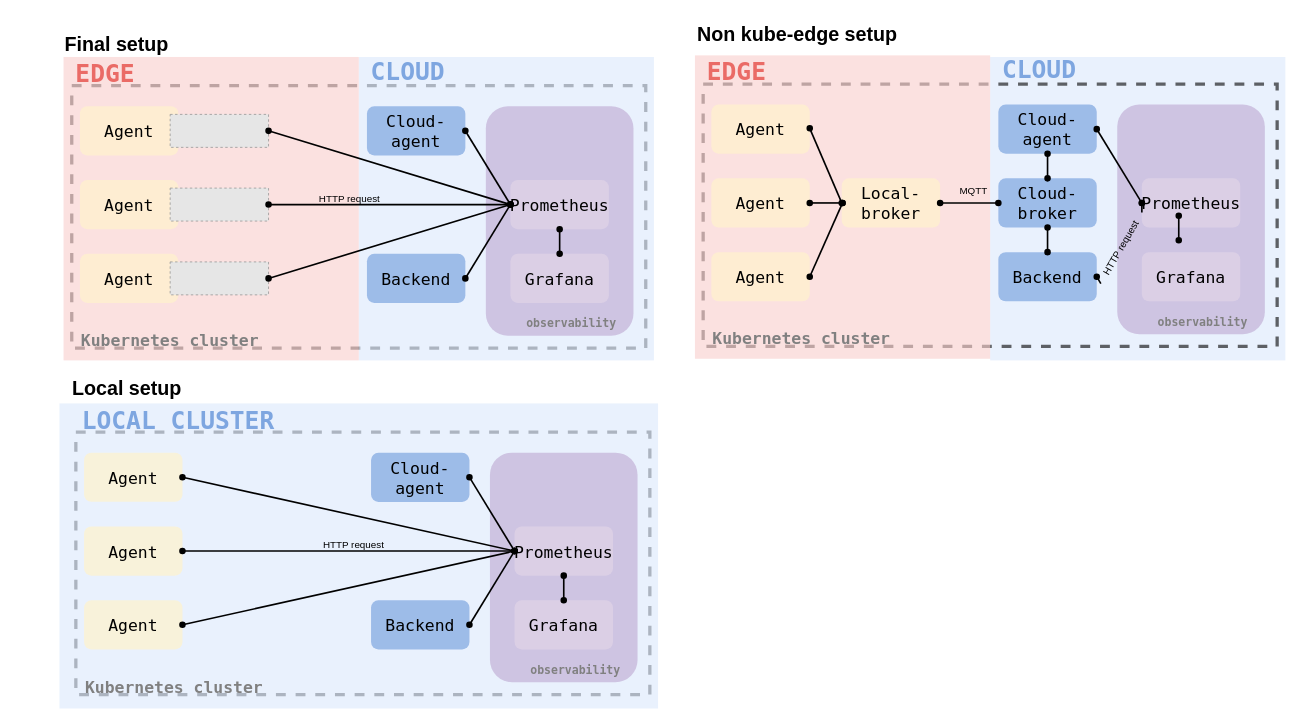
The draw.io diagram docs/diagrams/observability.drawio in mactat/map-pacer, before the edit. Source tidied: cells renumbered, new cells numbered last; positions are measured from the earlier drawing's top-left corner, leaving out a move shared by most shapes. Both pictures are drawn from the tidied source at 82%, with x=0, y=0 at pixel (14, 14). Pictures stored in the file or linked from it are replaced by grey dashed boxes.
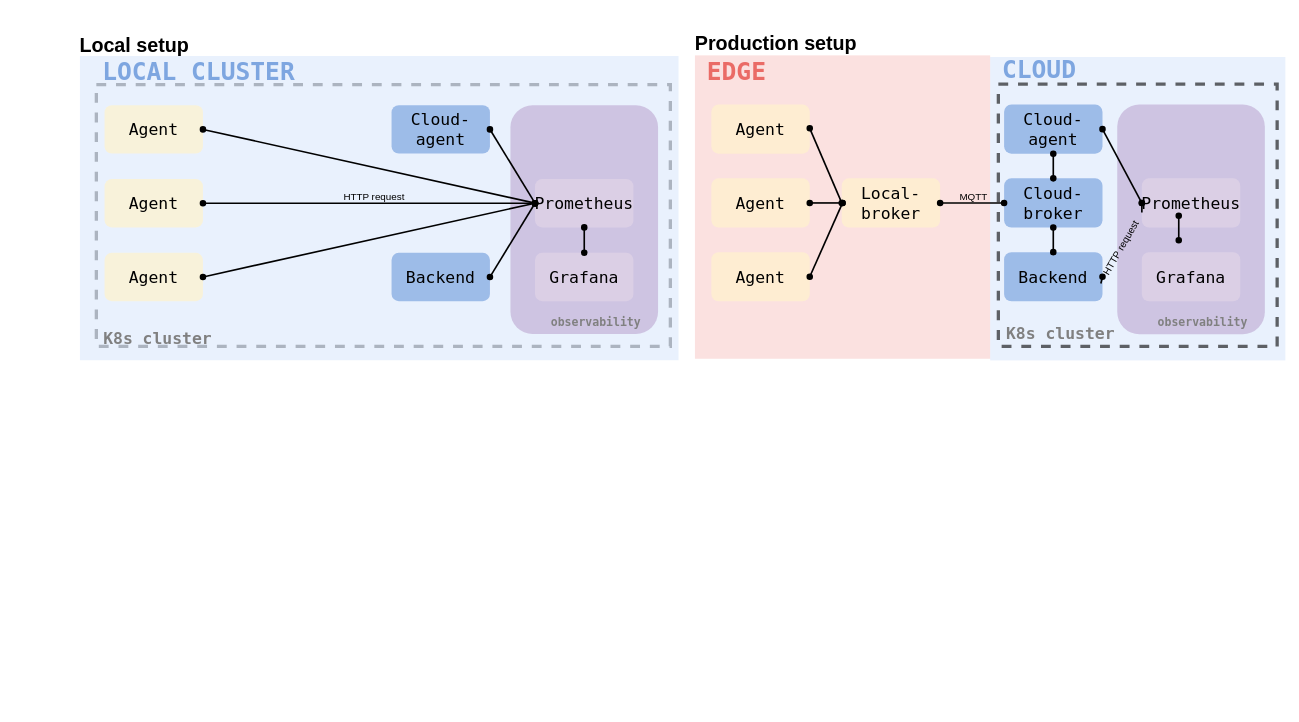
The same page after the edit.

Unchanged cells that the change refers to:
```xml
<mxCell id="48" value="&lt;font face=&quot;Lucida Console&quot;&gt;&lt;span style=&quot;font-size: 20px;&quot;&gt;Local-broker&lt;/span&gt;&lt;/font&gt;" style="rounded=1;whiteSpace=wrap;html=1;fillColor=#fff2cc;strokeColor=none;opacity=70;" parent="1" vertex="1">
  <mxGeometry x="1009" y="200" width="120" height="60" as="geometry" />
</mxCell>
```

The edit, as a diff of the source:
```diff
@@
-    <mxCell id="3" style="rounded=0;whiteSpace=wrap;html=1;fontFamily=Lucida Console;fontSize=30;fontColor=#7EA6E0;opacity=60;fillColor=none;strokeWidth=4;dashed=1;" parent="1" vertex="1">
-      <mxGeometry x="70" y="87" width="700" height="320" as="geometry" />
-    </mxCell>
-    <mxCell id="4" style="rounded=0;whiteSpace=wrap;html=1;fontFamily=Lucida Console;fontSize=20;fillColor=#dae8fc;strokeColor=none;opacity=60;" parent="1" vertex="1">
-      <mxGeometry x="420" y="52" width="360" height="370" as="geometry" />
-    </mxCell>
-    <mxCell id="5" style="rounded=1;whiteSpace=wrap;html=1;fontSize=14;fillColor=#A680B8;strokeColor=none;opacity=40;" parent="1" vertex="1">
-      <mxGeometry x="575" y="112" width="180" height="280" as="geometry" />
-    </mxCell>
-    <mxCell id="6" style="rounded=0;whiteSpace=wrap;html=1;fontFamily=Lucida Console;fontSize=20;fillColor=#f8cecc;strokeColor=none;opacity=60;" parent="1" vertex="1">
-      <mxGeometry x="60" y="52" width="360" height="370" as="geometry" />
-    </mxCell>
-    <mxCell id="7" value="&lt;font style=&quot;font-size: 24px;&quot;&gt;&lt;b&gt;Final setup&lt;/b&gt;&lt;/font&gt;" style="text;html=1;strokeColor=none;fillColor=none;align=center;verticalAlign=middle;whiteSpace=wrap;rounded=0;" parent="1" vertex="1">
-      <mxGeometry y="22" width="250" height="30" as="geometry" />
-    </mxCell>
-    <mxCell id="8" value="&lt;font style=&quot;font-size: 24px;&quot;&gt;&lt;b&gt;Non kube-edge setup&lt;/b&gt;&lt;/font&gt;" style="text;html=1;strokeColor=none;fillColor=none;align=center;verticalAlign=middle;whiteSpace=wrap;rounded=0;" parent="1" vertex="1">
-      <mxGeometry x="830" width="250" height="50" as="geometry" />
+    <mxCell id="8" value="&lt;font style=&quot;font-size: 24px;&quot;&gt;&lt;b&gt;Production setup&lt;/b&gt;&lt;/font&gt;" style="text;html=1;strokeColor=none;fillColor=none;align=center;verticalAlign=middle;whiteSpace=wrap;rounded=0;" parent="1" vertex="1">
+      <mxGeometry x="804" y="11" width="250" height="50" as="geometry" />
     </mxCell>
     <mxCell id="9" value="&lt;font style=&quot;font-size: 24px;&quot;&gt;&lt;b&gt;Local setup&lt;/b&gt;&lt;/font&gt;" style="text;html=1;strokeColor=none;fillColor=none;align=center;verticalAlign=middle;whiteSpace=wrap;rounded=0;" parent="1" vertex="1">
-      <mxGeometry x="55" y="432" width="165" height="50" as="geometry" />
+      <mxGeometry x="64" y="13.2" width="165" height="49" as="geometry" />
     </mxCell>
-    <mxCell id="10" value="&lt;span style=&quot;font-size: 20px;&quot;&gt;&lt;font face=&quot;Lucida Console&quot;&gt;Agent&lt;/font&gt;&lt;/span&gt;" style="rounded=1;whiteSpace=wrap;html=1;fillColor=#fff2cc;strokeColor=none;opacity=70;" parent="1" vertex="1">
-      <mxGeometry x="80" y="112" width="120" height="60" as="geometry" />
-    </mxCell>
-    <mxCell id="11" value="&lt;span style=&quot;font-size: 20px;&quot;&gt;&lt;font face=&quot;Lucida Console&quot;&gt;Agent&lt;/font&gt;&lt;/span&gt;" style="rounded=1;whiteSpace=wrap;html=1;fillColor=#fff2cc;strokeColor=none;opacity=70;" parent="1" vertex="1">
-      <mxGeometry x="80" y="202" width="120" height="60" as="geometry" />
-    </mxCell>
-    <mxCell id="12" value="&lt;span style=&quot;font-size: 20px;&quot;&gt;&lt;font face=&quot;Lucida Console&quot;&gt;Agent&lt;/font&gt;&lt;/span&gt;" style="rounded=1;whiteSpace=wrap;html=1;fillColor=#fff2cc;strokeColor=none;opacity=70;" parent="1" vertex="1">
-      <mxGeometry x="80" y="292" width="120" height="60" as="geometry" />
-    </mxCell>
-    <mxCell id="13" value="&lt;font face=&quot;Lucida Console&quot;&gt;&lt;span style=&quot;font-size: 20px;&quot;&gt;Backend&lt;/span&gt;&lt;/font&gt;" style="rounded=1;whiteSpace=wrap;html=1;fillColor=#7EA6E0;strokeColor=none;opacity=70;" parent="1" vertex="1">
-      <mxGeometry x="430" y="292" width="120" height="60" as="geometry" />
-    </mxCell>
-    <mxCell id="14" value="&lt;font color=&quot;#ea6b66&quot; style=&quot;font-size: 30px;&quot;&gt;&lt;b&gt;EDGE&lt;/b&gt;&lt;/font&gt;" style="text;html=1;strokeColor=none;fillColor=none;align=center;verticalAlign=middle;whiteSpace=wrap;rounded=0;fontFamily=Lucida Console;fontSize=20;opacity=60;" parent="1" vertex="1">
-      <mxGeometry x="81" y="57" width="60" height="30" as="geometry" />
-    </mxCell>
-    <mxCell id="15" value="&lt;font color=&quot;#7ea6e0&quot; style=&quot;font-size: 30px;&quot;&gt;&lt;b style=&quot;&quot;&gt;CLOUD&lt;/b&gt;&lt;/font&gt;" style="text;html=1;strokeColor=none;fillColor=none;align=center;verticalAlign=middle;whiteSpace=wrap;rounded=0;fontFamily=Lucida Console;fontSize=20;opacity=60;" parent="1" vertex="1">
-      <mxGeometry x="450" y="54" width="60" height="30" as="geometry" />
-    </mxCell>
-    <mxCell id="16" value="&lt;font color=&quot;#808080&quot; size=&quot;1&quot;&gt;&lt;b style=&quot;font-size: 20px;&quot;&gt;Kubernetes cluster&lt;/b&gt;&lt;/font&gt;" style="text;html=1;strokeColor=none;fillColor=none;align=center;verticalAlign=middle;whiteSpace=wrap;rounded=0;fontFamily=Lucida Console;fontSize=20;opacity=60;" parent="1" vertex="1">
-      <mxGeometry x="60" y="382" width="260" height="30" as="geometry" />
-    </mxCell>
-    <mxCell id="17" value="&lt;font color=&quot;#808080&quot; style=&quot;font-size: 14px;&quot;&gt;&lt;b style=&quot;font-size: 14px;&quot;&gt;observability&lt;/b&gt;&lt;/font&gt;" style="text;html=1;strokeColor=none;fillColor=none;align=center;verticalAlign=middle;whiteSpace=wrap;rounded=0;fontFamily=Lucida Console;fontSize=14;opacity=60;" parent="1" vertex="1">
-      <mxGeometry x="616" y="362" width="127" height="30" as="geometry" />
-    </mxCell>
-    <mxCell id="18" value="&lt;font face=&quot;Lucida Console&quot;&gt;&lt;span style=&quot;font-size: 20px;&quot;&gt;Prometheus&lt;/span&gt;&lt;/font&gt;" style="rounded=1;whiteSpace=wrap;html=1;fillColor=#e1d5e7;strokeColor=none;opacity=70;" parent="1" vertex="1">
-      <mxGeometry x="605" y="202" width="120" height="60" as="geometry" />
-    </mxCell>
-    <mxCell id="19" value="&lt;font face=&quot;Lucida Console&quot;&gt;&lt;span style=&quot;font-size: 20px;&quot;&gt;Grafana&lt;/span&gt;&lt;/font&gt;" style="rounded=1;whiteSpace=wrap;html=1;fillColor=#e1d5e7;strokeColor=none;opacity=70;" parent="1" vertex="1">
-      <mxGeometry x="605" y="292" width="120" height="60" as="geometry" />
-    </mxCell>
-    <mxCell id="20" style="endArrow=oval;html=1;rounded=0;fontFamily=Lucida Console;fontSize=20;entryX=0.5;entryY=0;entryDx=0;entryDy=0;startArrow=oval;startFill=1;strokeWidth=2;endFill=1;" parent="1" edge="1" source="18" target="19">
-      <mxGeometry relative="1" as="geometry" />
-    </mxCell>
-    <mxCell id="21" value="&lt;span style=&quot;font-size: 20px;&quot;&gt;&lt;font face=&quot;Lucida Console&quot;&gt;Cloud-agent&lt;/font&gt;&lt;/span&gt;" style="rounded=1;whiteSpace=wrap;html=1;fillColor=#7EA6E0;strokeColor=none;opacity=70;" parent="1" vertex="1">
-      <mxGeometry x="430" y="112.1" width="120" height="60" as="geometry" />
-    </mxCell>
-    <mxCell id="22" style="fillColor=#E6E6E6;strokeColor=#999999;dashed=1;verticalLabelPosition=bottom;labelBackgroundColor=default;verticalAlign=top;" parent="1" vertex="1">
-      <mxGeometry x="190" y="122" width="120" height="40.2" as="geometry" />
-    </mxCell>
-    <mxCell id="23" style="fillColor=#E6E6E6;strokeColor=#999999;dashed=1;verticalLabelPosition=bottom;labelBackgroundColor=default;verticalAlign=top;" parent="1" vertex="1">
-      <mxGeometry x="190" y="211.9" width="120" height="40.2" as="geometry" />
-    </mxCell>
-    <mxCell id="24" style="fillColor=#E6E6E6;strokeColor=#999999;dashed=1;verticalLabelPosition=bottom;labelBackgroundColor=default;verticalAlign=top;" parent="1" vertex="1">
-      <mxGeometry x="190" y="301.9" width="120" height="40.2" as="geometry" />
-    </mxCell>
-    <mxCell id="25" style="endArrow=oval;html=1;rounded=0;fontFamily=Lucida Console;fontSize=20;entryX=1;entryY=0.5;entryDx=0;entryDy=0;startArrow=oval;startFill=1;strokeWidth=2;endFill=1;exitX=0;exitY=0.5;exitDx=0;exitDy=0;" parent="1" edge="1" source="18" target="13">
-      <mxGeometry relative="1" as="geometry" />
-    </mxCell>
-    <mxCell id="26" style="endArrow=oval;html=1;rounded=0;fontFamily=Lucida Console;fontSize=20;entryX=1;entryY=0.5;entryDx=0;entryDy=0;startArrow=oval;startFill=1;strokeWidth=2;endFill=1;exitX=0;exitY=0.5;exitDx=0;exitDy=0;" parent="1" edge="1" source="18" target="21">
-      <mxGeometry relative="1" as="geometry" />
-    </mxCell>
-    <mxCell id="27" style="endArrow=oval;html=1;rounded=0;fontFamily=Lucida Console;fontSize=20;entryX=1;entryY=0.5;entryDx=0;entryDy=0;startArrow=oval;startFill=1;strokeWidth=2;endFill=1;exitX=0;exitY=0.5;exitDx=0;exitDy=0;" parent="1" edge="1" source="18" target="22">
-      <mxGeometry relative="1" as="geometry" />
-    </mxCell>
-    <mxCell id="28" style="endArrow=oval;html=1;rounded=0;fontFamily=Lucida Console;fontSize=20;entryX=1;entryY=0.5;entryDx=0;entryDy=0;startArrow=oval;startFill=1;strokeWidth=2;endFill=1;exitX=0;exitY=0.5;exitDx=0;exitDy=0;" parent="1" edge="1" source="18" target="23">
-      <mxGeometry relative="1" as="geometry" />
-    </mxCell>
-    <mxCell id="29" style="endArrow=oval;html=1;rounded=0;fontFamily=Lucida Console;fontSize=20;entryX=1;entryY=0.5;entryDx=0;entryDy=0;startArrow=oval;startFill=1;strokeWidth=2;endFill=1;exitX=0;exitY=0.5;exitDx=0;exitDy=0;" parent="1" edge="1" source="18" target="24">
-      <mxGeometry relative="1" as="geometry" />
-    </mxCell>
-    <mxCell id="30" value="HTTP request" style="text;html=1;strokeColor=none;fillColor=none;align=center;verticalAlign=middle;whiteSpace=wrap;rounded=0;fontSize=12;opacity=40;" parent="1" vertex="1">
-      <mxGeometry x="359" y="209.9" width="100" height="30" as="geometry" />
-    </mxCell>
     <mxCell id="31" style="rounded=0;whiteSpace=wrap;html=1;fontFamily=Lucida Console;fontSize=30;fontColor=#7EA6E0;opacity=60;fillColor=none;strokeWidth=4;dashed=1;" parent="1" vertex="1">
-      <mxGeometry x="840" y="85" width="700" height="320" as="geometry" />
+      <mxGeometry x="1200" y="85" width="340" height="320" as="geometry" />
     </mxCell>
@@
     <mxCell id="37" value="&lt;font face=&quot;Lucida Console&quot;&gt;&lt;span style=&quot;font-size: 20px;&quot;&gt;Backend&lt;/span&gt;&lt;/font&gt;" style="rounded=1;whiteSpace=wrap;html=1;fillColor=#7EA6E0;strokeColor=none;opacity=70;" parent="1" vertex="1">
-      <mxGeometry x="1200" y="290" width="120" height="60" as="geometry" />
+      <mxGeometry x="1207" y="290" width="120" height="60" as="geometry" />
     </mxCell>
@@
-    <mxCell id="40" value="&lt;font color=&quot;#808080&quot; size=&quot;1&quot;&gt;&lt;b style=&quot;font-size: 20px;&quot;&gt;Kubernetes cluster&lt;/b&gt;&lt;/font&gt;" style="text;html=1;strokeColor=none;fillColor=none;align=center;verticalAlign=middle;whiteSpace=wrap;rounded=0;fontFamily=Lucida Console;fontSize=20;opacity=60;" parent="1" vertex="1">
-      <mxGeometry x="830" y="380" width="260" height="30" as="geometry" />
+    <mxCell id="40" value="&lt;font color=&quot;#808080&quot; size=&quot;1&quot;&gt;&lt;b style=&quot;font-size: 20px;&quot;&gt;K8s cluster&lt;/b&gt;&lt;/font&gt;" style="text;html=1;strokeColor=none;fillColor=none;align=center;verticalAlign=middle;whiteSpace=wrap;rounded=0;fontFamily=Lucida Console;fontSize=20;opacity=60;" parent="1" vertex="1">
+      <mxGeometry x="1146" y="374" width="260" height="30" as="geometry" />
     </mxCell>
@@
     <mxCell id="45" value="&lt;span style=&quot;font-size: 20px;&quot;&gt;&lt;font face=&quot;Lucida Console&quot;&gt;Cloud-agent&lt;/font&gt;&lt;/span&gt;" style="rounded=1;whiteSpace=wrap;html=1;fillColor=#7EA6E0;strokeColor=none;opacity=70;" parent="1" vertex="1">
-      <mxGeometry x="1200" y="110" width="120" height="60" as="geometry" />
+      <mxGeometry x="1207" y="110" width="120" height="60" as="geometry" />
     </mxCell>
@@
     <mxCell id="49" value="&lt;span style=&quot;font-size: 20px;&quot;&gt;&lt;font face=&quot;Lucida Console&quot;&gt;Cloud-broker&lt;/font&gt;&lt;/span&gt;" style="rounded=1;whiteSpace=wrap;html=1;fillColor=#7EA6E0;strokeColor=none;opacity=70;" parent="1" vertex="1">
-      <mxGeometry x="1200" y="200" width="120" height="60" as="geometry" />
+      <mxGeometry x="1207" y="200" width="120" height="60" as="geometry" />
     </mxCell>
-    <mxCell id="50" style="endArrow=oval;html=1;rounded=0;fontFamily=Lucida Console;fontSize=20;entryX=1;entryY=0.5;entryDx=0;entryDy=0;startArrow=oval;startFill=1;strokeWidth=2;endFill=1;" parent="1" edge="1" target="48">
-      <mxGeometry relative="1" as="geometry">
-        <mxPoint x="1200" y="230" as="sourcePoint" />
-      </mxGeometry>
+    <mxCell id="50" style="endArrow=oval;html=1;rounded=0;fontFamily=Lucida Console;fontSize=20;entryX=1;entryY=0.5;entryDx=0;entryDy=0;startArrow=oval;startFill=1;strokeWidth=2;endFill=1;exitX=0;exitY=0.5;exitDx=0;exitDy=0;" parent="1" edge="1" source="49" target="48">
+      <mxGeometry relative="1" as="geometry" />
     </mxCell>
@@
-    <mxCell id="54" style="endArrow=oval;html=1;rounded=0;fontFamily=Lucida Console;fontSize=20;startArrow=oval;startFill=1;strokeWidth=2;endFill=1;entryX=1;entryY=0.5;entryDx=0;entryDy=0;exitX=0.5;exitY=1;exitDx=0;exitDy=0;" parent="1" edge="1" source="45">
-      <mxGeometry relative="1" as="geometry">
-        <mxPoint x="1260" y="200" as="targetPoint" />
-      </mxGeometry>
+    <mxCell id="54" style="endArrow=oval;html=1;rounded=0;fontFamily=Lucida Console;fontSize=20;startArrow=oval;startFill=1;strokeWidth=2;endFill=1;entryX=0.5;entryY=0;entryDx=0;entryDy=0;exitX=0.5;exitY=1;exitDx=0;exitDy=0;" parent="1" edge="1" source="45" target="49">
+      <mxGeometry relative="1" as="geometry" />
     </mxCell>
-    <mxCell id="55" style="endArrow=oval;html=1;rounded=0;fontFamily=Lucida Console;fontSize=20;startArrow=oval;startFill=1;strokeWidth=2;endFill=1;entryX=1;entryY=0.5;entryDx=0;entryDy=0;exitX=0.5;exitY=1;exitDx=0;exitDy=0;" parent="1" edge="1">
-      <mxGeometry relative="1" as="geometry">
-        <mxPoint x="1260" y="260" as="sourcePoint" />
-        <mxPoint x="1260" y="290" as="targetPoint" />
-      </mxGeometry>
+    <mxCell id="55" style="endArrow=oval;html=1;rounded=0;fontFamily=Lucida Console;fontSize=20;startArrow=oval;startFill=1;strokeWidth=2;endFill=1;entryX=0.5;entryY=0;entryDx=0;entryDy=0;exitX=0.5;exitY=1;exitDx=0;exitDy=0;" parent="1" edge="1" source="49" target="37">
+      <mxGeometry relative="1" as="geometry" />
     </mxCell>
@@
     <mxCell id="58" value="MQTT" style="text;html=1;strokeColor=none;fillColor=none;align=center;verticalAlign=middle;whiteSpace=wrap;rounded=0;fontSize=12;opacity=40;rotation=0;" parent="1" vertex="1">
-      <mxGeometry x="1120" y="200" width="100" height="30" as="geometry" />
+      <mxGeometry x="1120" y="213.6" width="100" height="18" as="geometry" />
     </mxCell>
     <mxCell id="59" style="rounded=0;whiteSpace=wrap;html=1;fontFamily=Lucida Console;fontSize=30;fontColor=#7EA6E0;opacity=60;fillColor=none;strokeWidth=4;dashed=1;" parent="1" vertex="1">
-      <mxGeometry x="75" y="509.5" width="700" height="320" as="geometry" />
+      <mxGeometry x="100" y="85.8" width="700" height="319" as="geometry" />
     </mxCell>
     <mxCell id="60" style="rounded=0;whiteSpace=wrap;html=1;fontFamily=Lucida Console;fontSize=20;fillColor=#dae8fc;strokeColor=none;opacity=60;" parent="1" vertex="1">
-      <mxGeometry x="55" y="474.5" width="730" height="372" as="geometry" />
+      <mxGeometry x="80" y="50.8" width="730" height="371" as="geometry" />
     </mxCell>
     <mxCell id="61" style="rounded=1;whiteSpace=wrap;html=1;fontSize=14;fillColor=#A680B8;strokeColor=none;opacity=40;" parent="1" vertex="1">
-      <mxGeometry x="580" y="534.5" width="180" height="280" as="geometry" />
+      <mxGeometry x="605" y="110.8" width="180" height="279" as="geometry" />
     </mxCell>
     <mxCell id="62" value="&lt;span style=&quot;font-size: 20px;&quot;&gt;&lt;font face=&quot;Lucida Console&quot;&gt;Agent&lt;/font&gt;&lt;/span&gt;" style="rounded=1;whiteSpace=wrap;html=1;fillColor=#fff2cc;strokeColor=none;opacity=70;" parent="1" vertex="1">
-      <mxGeometry x="85" y="534.5" width="120" height="60" as="geometry" />
+      <mxGeometry x="110" y="110.8" width="120" height="59" as="geometry" />
     </mxCell>
     <mxCell id="63" value="&lt;span style=&quot;font-size: 20px;&quot;&gt;&lt;font face=&quot;Lucida Console&quot;&gt;Agent&lt;/font&gt;&lt;/span&gt;" style="rounded=1;whiteSpace=wrap;html=1;fillColor=#fff2cc;strokeColor=none;opacity=70;" parent="1" vertex="1">
-      <mxGeometry x="85" y="624.5" width="120" height="60" as="geometry" />
+      <mxGeometry x="110" y="200.8" width="120" height="59" as="geometry" />
     </mxCell>
     <mxCell id="64" value="&lt;span style=&quot;font-size: 20px;&quot;&gt;&lt;font face=&quot;Lucida Console&quot;&gt;Agent&lt;/font&gt;&lt;/span&gt;" style="rounded=1;whiteSpace=wrap;html=1;fillColor=#fff2cc;strokeColor=none;opacity=70;" parent="1" vertex="1">
-      <mxGeometry x="85" y="714.5" width="120" height="60" as="geometry" />
+      <mxGeometry x="110" y="290.8" width="120" height="59" as="geometry" />
     </mxCell>
     <mxCell id="65" value="&lt;font face=&quot;Lucida Console&quot;&gt;&lt;span style=&quot;font-size: 20px;&quot;&gt;Backend&lt;/span&gt;&lt;/font&gt;" style="rounded=1;whiteSpace=wrap;html=1;fillColor=#7EA6E0;strokeColor=none;opacity=70;" parent="1" vertex="1">
-      <mxGeometry x="435" y="714.5" width="120" height="60" as="geometry" />
+      <mxGeometry x="460" y="290.8" width="120" height="59" as="geometry" />
     </mxCell>
     <mxCell id="66" value="&lt;font color=&quot;#7ea6e0&quot; style=&quot;font-size: 30px;&quot;&gt;&lt;b style=&quot;&quot;&gt;LOCAL CLUSTER&lt;/b&gt;&lt;/font&gt;" style="text;html=1;strokeColor=none;fillColor=none;align=center;verticalAlign=middle;whiteSpace=wrap;rounded=0;fontFamily=Lucida Console;fontSize=20;opacity=60;" parent="1" vertex="1">
-      <mxGeometry x="65" y="479.5" width="270" height="30" as="geometry" />
+      <mxGeometry x="90" y="55.8" width="270" height="29" as="geometry" />
     </mxCell>
-    <mxCell id="67" value="&lt;font color=&quot;#808080&quot; size=&quot;1&quot;&gt;&lt;b style=&quot;font-size: 20px;&quot;&gt;Kubernetes cluster&lt;/b&gt;&lt;/font&gt;" style="text;html=1;strokeColor=none;fillColor=none;align=center;verticalAlign=middle;whiteSpace=wrap;rounded=0;fontFamily=Lucida Console;fontSize=20;opacity=60;" parent="1" vertex="1">
-      <mxGeometry x="65" y="804.5" width="260" height="30" as="geometry" />
+    <mxCell id="67" value="&lt;font color=&quot;#808080&quot; size=&quot;1&quot;&gt;&lt;b style=&quot;font-size: 20px;&quot;&gt;K8s cluster&lt;/b&gt;&lt;/font&gt;" style="text;html=1;strokeColor=none;fillColor=none;align=center;verticalAlign=middle;whiteSpace=wrap;rounded=0;fontFamily=Lucida Console;fontSize=20;opacity=60;" parent="1" vertex="1">
+      <mxGeometry x="45" y="380.8" width="260" height="29" as="geometry" />
     </mxCell>
     <mxCell id="68" value="&lt;font color=&quot;#808080&quot; style=&quot;font-size: 14px;&quot;&gt;&lt;b style=&quot;font-size: 14px;&quot;&gt;observability&lt;/b&gt;&lt;/font&gt;" style="text;html=1;strokeColor=none;fillColor=none;align=center;verticalAlign=middle;whiteSpace=wrap;rounded=0;fontFamily=Lucida Console;fontSize=14;opacity=60;" parent="1" vertex="1">
-      <mxGeometry x="621" y="784.5" width="127" height="30" as="geometry" />
+      <mxGeometry x="646" y="360.8" width="127" height="29" as="geometry" />
     </mxCell>
     <mxCell id="69" value="&lt;font face=&quot;Lucida Console&quot;&gt;&lt;span style=&quot;font-size: 20px;&quot;&gt;Prometheus&lt;/span&gt;&lt;/font&gt;" style="rounded=1;whiteSpace=wrap;html=1;fillColor=#e1d5e7;strokeColor=none;opacity=70;" parent="1" vertex="1">
-      <mxGeometry x="610" y="624.5" width="120" height="60" as="geometry" />
+      <mxGeometry x="635" y="200.8" width="120" height="59" as="geometry" />
     </mxCell>
     <mxCell id="70" value="&lt;font face=&quot;Lucida Console&quot;&gt;&lt;span style=&quot;font-size: 20px;&quot;&gt;Grafana&lt;/span&gt;&lt;/font&gt;" style="rounded=1;whiteSpace=wrap;html=1;fillColor=#e1d5e7;strokeColor=none;opacity=70;" parent="1" vertex="1">
-      <mxGeometry x="610" y="714.5" width="120" height="60" as="geometry" />
+      <mxGeometry x="635" y="290.8" width="120" height="59" as="geometry" />
     </mxCell>
@@
     <mxCell id="72" value="&lt;span style=&quot;font-size: 20px;&quot;&gt;&lt;font face=&quot;Lucida Console&quot;&gt;Cloud-agent&lt;/font&gt;&lt;/span&gt;" style="rounded=1;whiteSpace=wrap;html=1;fillColor=#7EA6E0;strokeColor=none;opacity=70;" parent="1" vertex="1">
-      <mxGeometry x="435" y="534.6" width="120" height="60" as="geometry" />
+      <mxGeometry x="460" y="110.8" width="120" height="59" as="geometry" />
     </mxCell>
@@
     <mxCell id="78" value="HTTP request" style="text;html=1;strokeColor=none;fillColor=none;align=center;verticalAlign=middle;whiteSpace=wrap;rounded=0;fontSize=12;opacity=40;" parent="1" vertex="1">
-      <mxGeometry x="364" y="632.4" width="100" height="30" as="geometry" />
+      <mxGeometry x="389" y="208.7" width="100" height="29" as="geometry" />
     </mxCell>
```
